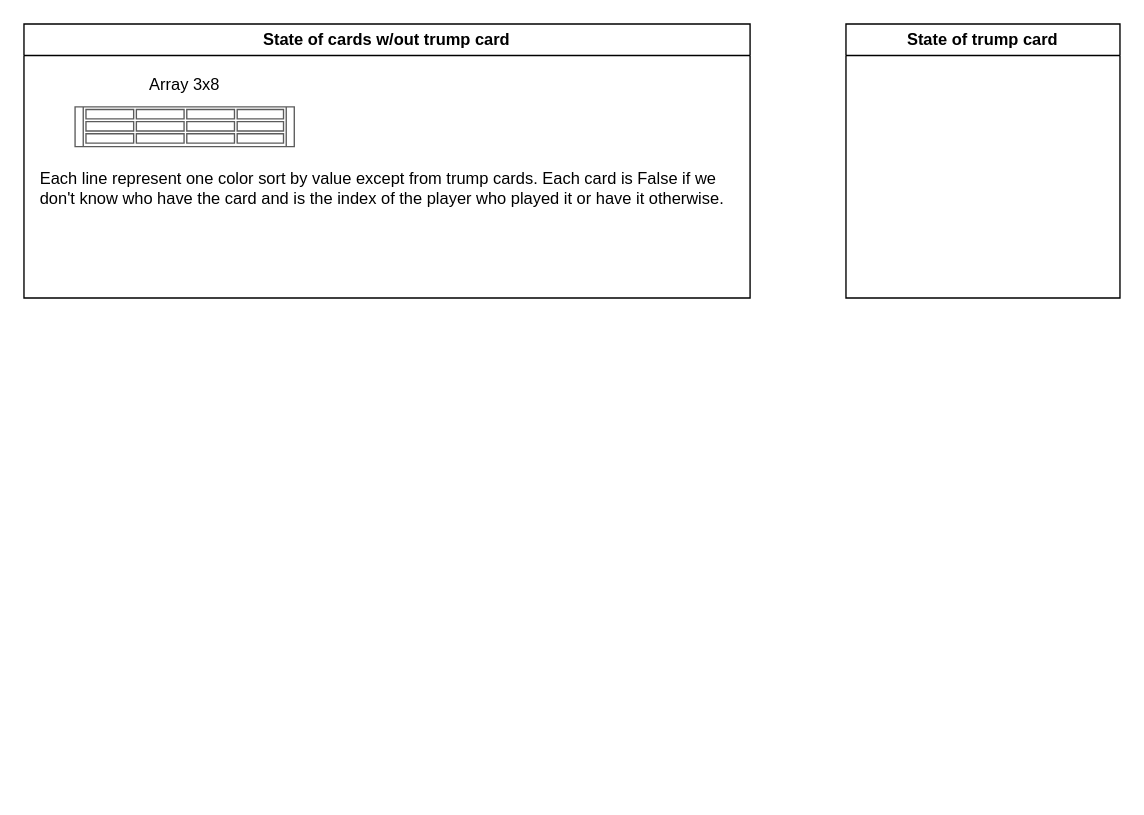
Above: Untitled Diagram.drawio in TomDelaplagne/Jeu_belote_ML (draw.io), before the change. Source tidied: cells renumbered, new cells numbered last; positions are measured from the earlier drawing's top-left corner, leaving out a move shared by most shapes. Both pictures are drawn from the tidied source at 137%, with x=0, y=0 at pixel (23, 23).
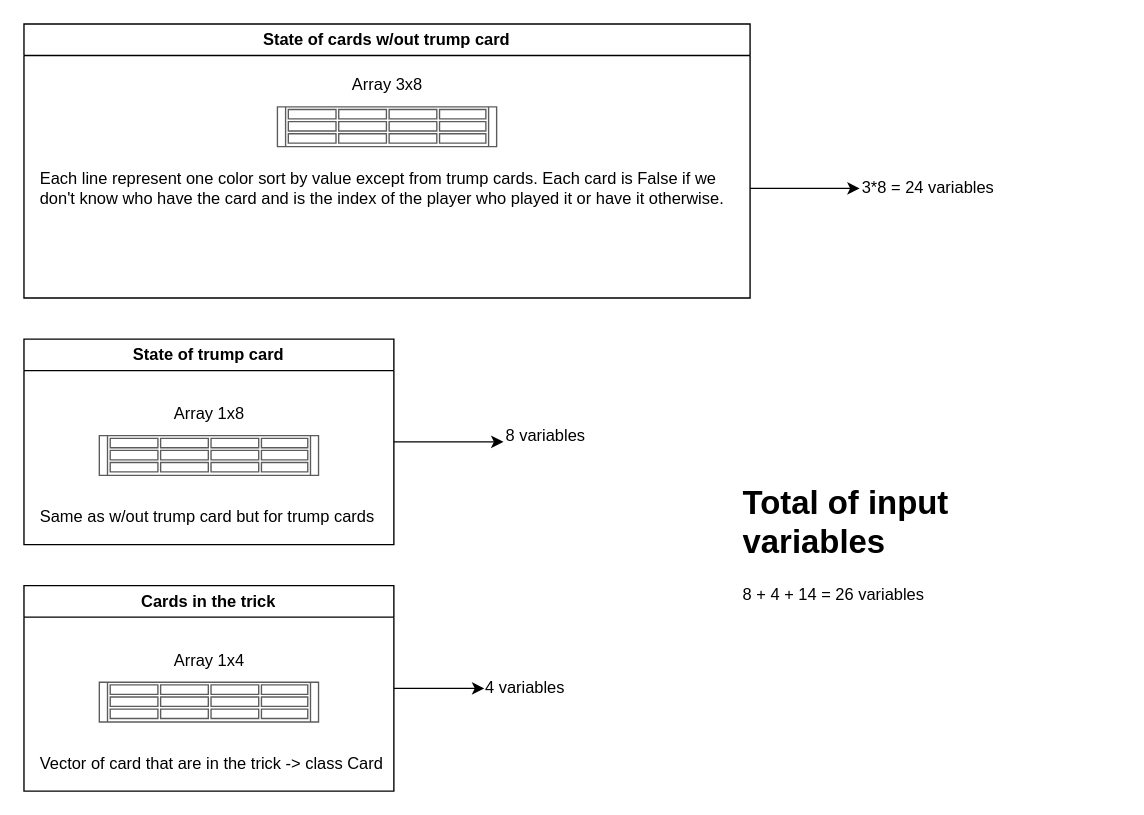
After the change.

The change refers to these unchanged cells:
```xml
<mxCell id="2" value="State of cards w/out trump card" style="swimlane;whiteSpace=wrap;html=1;startSize=23;" parent="1" vertex="1">
  <mxGeometry width="530" height="200" as="geometry" />
</mxCell>
<mxCell id="5" value="&lt;div align=&quot;left&quot;&gt;Each line represent one color sort by value except from trump cards. Each card is False if we &lt;br&gt;&lt;/div&gt;&lt;div align=&quot;left&quot;&gt;don't know who have the card and is the index of the player who played it or have it otherwise.&lt;br&gt;&lt;/div&gt;" style="text;html=1;align=left;verticalAlign=middle;points=[];strokeColor=none;fillColor=none;" parent="2" vertex="1">
  <mxGeometry x="10" y="100" width="520" height="40" as="geometry" />
</mxCell>
```

The edit, as a diff of the source:
```diff
@@
     <mxCell id="3" value="Array 3x8" style="text;html=1;align=center;verticalAlign=middle;strokeColor=none;fillColor=none;" parent="2" vertex="1">
-      <mxGeometry x="82.2" y="30" width="70" height="30" as="geometry" />
+      <mxGeometry x="230" y="30" width="70" height="30" as="geometry" />
     </mxCell>
     <mxCell id="4" style="shape=mxgraph.rack.oracle.sun_storage_2500-m2_array;html=1;labelPosition=right;align=left;spacingLeft=15;dashed=0;shadow=0;fillColor=#ffffff;" parent="2" vertex="1">
-      <mxGeometry x="36.8" y="60" width="161" height="30" as="geometry" />
+      <mxGeometry x="184.5" y="60" width="161" height="30" as="geometry" />
     </mxCell>
@@
+    <mxCell id="7" style="edgeStyle=orthogonalEdgeStyle;rounded=0;jettySize=auto;html=1;entryX=0;entryY=0.6;entryDx=0;entryDy=0;entryPerimeter=0;" parent="1" edge="1" source="6" target="13">
+      <mxGeometry relative="1" as="geometry" />
+    </mxCell>
     <mxCell id="6" value="State of trump card" style="swimlane;whiteSpace=wrap;html=1;startSize=23;" parent="1" vertex="1">
-      <mxGeometry x="600" width="200" height="200" as="geometry" />
+      <mxGeometry y="230" width="270" height="150" as="geometry" />
     </mxCell>
+    <mxCell id="8" value="Array 1x8" style="text;html=1;align=center;verticalAlign=middle;strokeColor=none;fillColor=none;" parent="6" vertex="1">
+      <mxGeometry x="100" y="40" width="70" height="30" as="geometry" />
+    </mxCell>
+    <mxCell id="9" style="shape=mxgraph.rack.oracle.sun_storage_2500-m2_array;html=1;labelPosition=right;align=left;spacingLeft=15;dashed=0;shadow=0;fillColor=#ffffff;" parent="6" vertex="1">
+      <mxGeometry x="54.5" y="70" width="161" height="30" as="geometry" />
+    </mxCell>
+    <mxCell id="10" value="Same as w/out trump card but for trump cards" style="text;html=1;align=left;verticalAlign=middle;strokeColor=none;fillColor=none;" parent="6" vertex="1">
+      <mxGeometry x="10" y="110" width="520" height="40" as="geometry" />
+    </mxCell>
+    <mxCell id="11" value="3*8 = 24 variables" style="text;html=1;align=left;verticalAlign=middle;points=[];strokeColor=none;fillColor=none;" parent="1" vertex="1">
+      <mxGeometry x="610" y="100" width="100" height="40" as="geometry" />
+    </mxCell>
+    <mxCell id="12" style="edgeStyle=orthogonalEdgeStyle;rounded=0;jettySize=auto;html=1;" parent="1" edge="1" source="5" target="11">
+      <mxGeometry relative="1" as="geometry" />
+    </mxCell>
+    <mxCell id="13" value="8 variables" style="text;html=1;align=left;verticalAlign=middle;points=[];strokeColor=none;fillColor=none;" parent="1" vertex="1">
+      <mxGeometry x="350" y="281" width="60" height="40" as="geometry" />
+    </mxCell>
+    <mxCell id="14" style="edgeStyle=orthogonalEdgeStyle;rounded=0;jettySize=auto;html=1;entryX=0.017;entryY=0.5;entryDx=0;entryDy=0;entryPerimeter=0;" parent="1" edge="1" source="15" target="19">
+      <mxGeometry relative="1" as="geometry" />
+    </mxCell>
+    <mxCell id="15" value="Cards in the trick" style="swimlane;whiteSpace=wrap;html=1;startSize=23;" parent="1" vertex="1">
+      <mxGeometry y="410" width="270" height="150" as="geometry" />
+    </mxCell>
+    <mxCell id="16" value="Array 1x4" style="text;html=1;align=center;verticalAlign=middle;strokeColor=none;fillColor=none;" parent="15" vertex="1">
+      <mxGeometry x="100" y="40" width="70" height="30" as="geometry" />
+    </mxCell>
+    <mxCell id="17" style="shape=mxgraph.rack.oracle.sun_storage_2500-m2_array;html=1;labelPosition=right;align=left;spacingLeft=15;dashed=0;shadow=0;fillColor=#ffffff;" parent="15" vertex="1">
+      <mxGeometry x="54.5" y="70" width="161" height="30" as="geometry" />
+    </mxCell>
+    <mxCell id="18" value="Vector of card that are in the trick -&amp;gt; class Card" style="text;html=1;align=left;verticalAlign=middle;strokeColor=none;fillColor=none;" parent="15" vertex="1">
+      <mxGeometry x="10" y="110" width="260" height="40" as="geometry" />
+    </mxCell>
+    <mxCell id="19" value="4 variables" style="text;html=1;align=left;verticalAlign=middle;points=[];strokeColor=none;fillColor=none;" parent="1" vertex="1">
+      <mxGeometry x="335" y="465" width="60" height="40" as="geometry" />
+    </mxCell>
+    <mxCell id="20" value="&lt;h1&gt;Total of input variables&lt;br&gt;&lt;/h1&gt;&lt;p&gt;8 + 4 + 14 = 26 variables&lt;br&gt;&lt;/p&gt;" style="text;html=1;strokeColor=none;fillColor=none;spacing=5;spacingTop=-20;whiteSpace=wrap;overflow=hidden;rounded=0;" parent="1" vertex="1">
+      <mxGeometry x="520" y="330" width="190" height="120" as="geometry" />
+    </mxCell>
```
